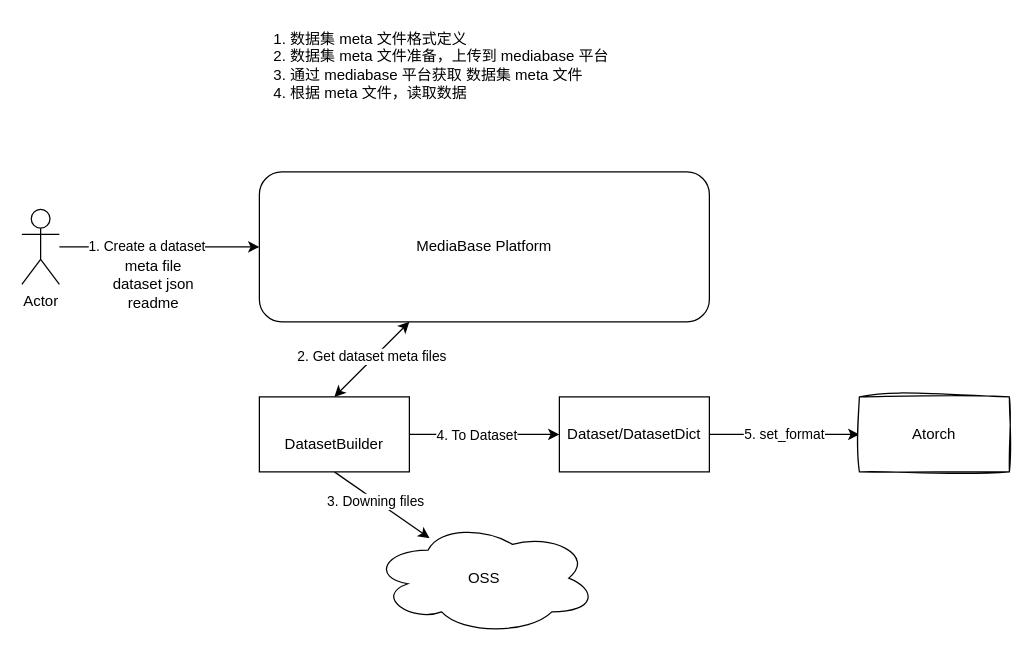
Above: page "work_flow" (1 of 2) of graphs/datasets_v0.1.drawio in zhongchun/daily (draw.io), before the change. Source tidied: cells renumbered, new cells numbered last; positions are measured from the earlier drawing's top-left corner, leaving out a move shared by most shapes. Both pictures are drawn from the tidied source at 125%, with x=0, y=0 at pixel (21, 21).
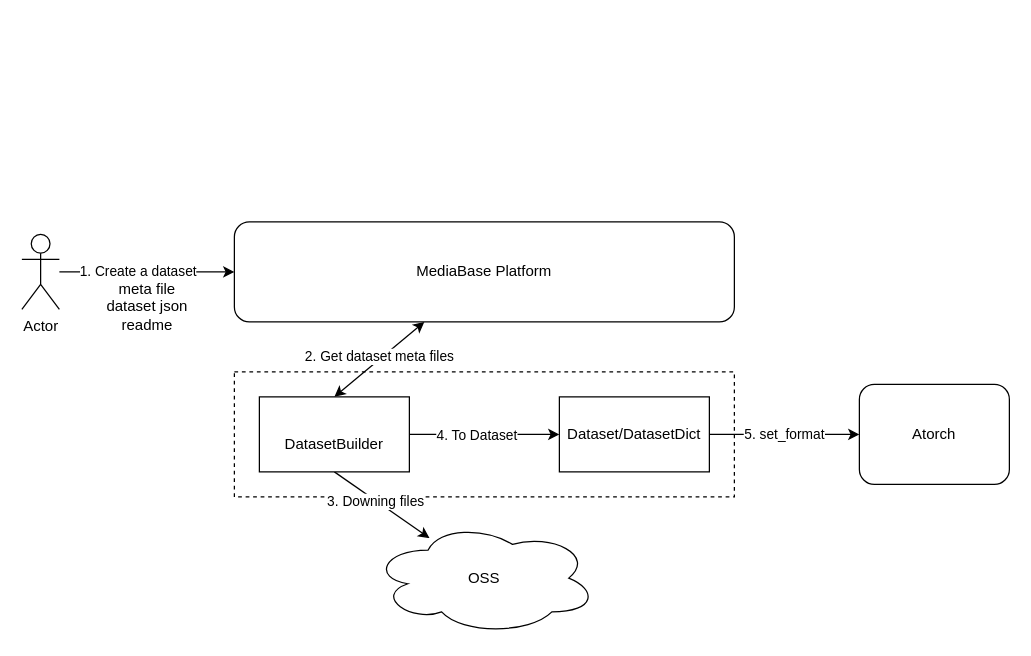
Above is the later version.

The edit, as a diff of the source:
```diff
@@
+    <mxCell id="19" style="rounded=0;whiteSpace=wrap;html=1;dashed=1;" parent="1" vertex="1">
+      <mxGeometry x="170" y="280" width="400" height="100" as="geometry" />
+    </mxCell>
     <mxCell id="2" value="MediaBase Platform" style="rounded=1;whiteSpace=wrap;html=1;" parent="1" vertex="1">
-      <mxGeometry x="190" y="120" width="360" height="120" as="geometry" />
+      <mxGeometry x="170" y="160" width="400" height="80" as="geometry" />
     </mxCell>
@@
     <mxCell id="5" value="Actor" style="shape=umlActor;verticalLabelPosition=bottom;verticalAlign=top;html=1;outlineConnect=0;" parent="1" vertex="1">
-      <mxGeometry y="150" width="30" height="60" as="geometry" />
+      <mxGeometry y="170" width="30" height="60" as="geometry" />
     </mxCell>
     <mxCell id="6" value="meta file&lt;br&gt;dataset json&lt;br&gt;readme" style="text;html=1;align=center;verticalAlign=middle;strokeColor=none;fillColor=none;" parent="1" vertex="1">
-      <mxGeometry x="60" y="180" width="90" height="60" as="geometry" />
+      <mxGeometry x="55" y="198" width="90" height="60" as="geometry" />
     </mxCell>
@@
-    <mxCell id="14" value="&lt;div class=&quot;lake-content&quot;&gt;&lt;ol style=&quot;margin: 0; padding-left: 23px&quot; class=&quot;ne-ol&quot;&gt;&lt;li id=&quot;u656de89a&quot;&gt;数据集 meta 文件格式定义&lt;/li&gt;&lt;li id=&quot;u6d68ec3f&quot;&gt;&lt;span class=&quot;ne-text&quot;&gt;数据集 meta 文件准备，上传到 mediabase 平台&lt;/span&gt;&lt;/li&gt;&lt;li id=&quot;ud2d0ec64&quot;&gt;&lt;span class=&quot;ne-text&quot;&gt;通过 mediabase 平台获取 数据集 meta 文件&lt;/span&gt;&lt;/li&gt;&lt;li id=&quot;u0ebe533a&quot;&gt;&lt;span class=&quot;ne-text&quot;&gt;根据 meta 文件，读取数据&lt;/span&gt;&lt;/li&gt;&lt;/ol&gt;&lt;/div&gt;" style="text;html=1;align=left;verticalAlign=middle;strokeColor=none;fillColor=none;" parent="1" vertex="1">
-      <mxGeometry x="190" width="300" height="70" as="geometry" />
-    </mxCell>
@@
-    <mxCell id="18" value="Atorch" style="rounded=0;whiteSpace=wrap;html=1;sketch=1;curveFitting=1;jiggle=2;glass=0;shadow=0;" parent="1" vertex="1">
-      <mxGeometry x="670" y="300" width="120" height="60" as="geometry" />
+    <mxCell id="18" value="Atorch" style="rounded=1;whiteSpace=wrap;html=1;glass=0;shadow=0;" parent="1" vertex="1">
+      <mxGeometry x="670" y="290" width="120" height="80" as="geometry" />
     </mxCell>
```
